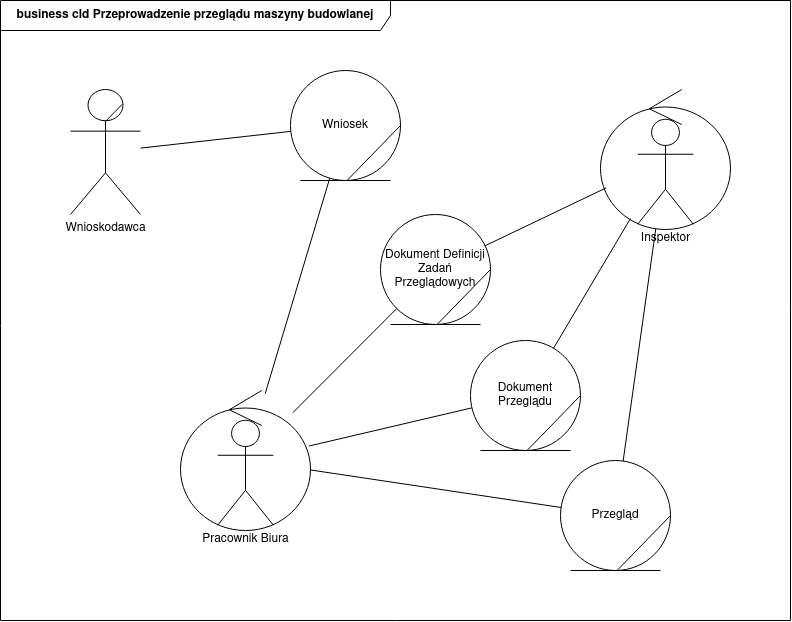
Paulos16/ConstructionMachineryManagement keeps this draw.io diagram as docs/images/business_cld.png. Above is the earlier version. Source tidied: cells renumbered, new cells last; positions are measured from the earlier drawing's top-left corner, leaving out a move shared by most shapes.
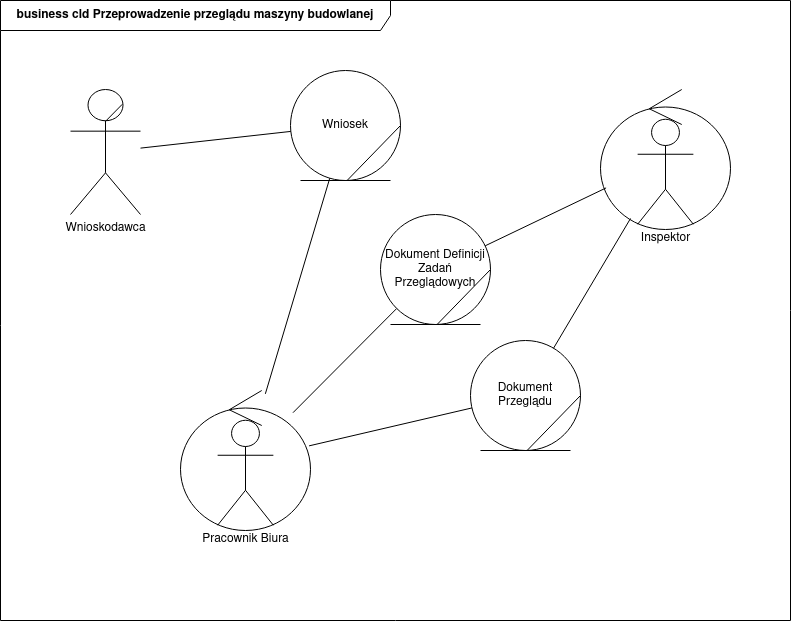
Above is the later version.

Commit message:
add sequence diagram

Change to the diagram source:
```diff
@@ -2,6 +2,9 @@
   <root>
     <mxCell id="0" />
     <mxCell id="1" parent="0" />
+    <mxCell id="39" value="&lt;b&gt;business cld Przeprowadzenie przeglądu maszyny budowlanej&lt;/b&gt;" style="shape=umlFrame;whiteSpace=wrap;html=1;width=390;height=30;" parent="1" vertex="1">
+      <mxGeometry width="790" height="620" as="geometry" />
+    </mxCell>
     <mxCell id="2" style="group;" parent="1" vertex="1">
       <mxGeometry x="180" y="390" width="130" height="140" as="geometry" />
     </mxCell>
@@ -53,27 +56,6 @@
         <mxPoint x="100" y="110" as="targetPoint" />
       </mxGeometry>
     </mxCell>
-    <mxCell id="16" style="group;" parent="1" vertex="1">
-      <mxGeometry x="560" y="460" width="110" height="110" as="geometry" />
-    </mxCell>
-    <mxCell id="17" style="group;" parent="16" vertex="1">
-      <mxGeometry width="110" height="110" as="geometry" />
-    </mxCell>
-    <mxCell id="18" value="Przegląd" style="ellipse;whiteSpace=wrap;html=1;" parent="17" vertex="1">
-      <mxGeometry width="110" height="110" as="geometry" />
-    </mxCell>
-    <mxCell id="19" style="endArrow=none;html=1;" parent="17" edge="1">
-      <mxGeometry relative="1" as="geometry">
-        <mxPoint x="56.6" y="110" as="sourcePoint" />
-        <mxPoint x="110" y="55" as="targetPoint" />
-      </mxGeometry>
-    </mxCell>
-    <mxCell id="20" style="endArrow=none;html=1;shadow=0;" parent="16" edge="1">
-      <mxGeometry relative="1" as="geometry">
-        <mxPoint x="10" y="110" as="sourcePoint" />
-        <mxPoint x="100" y="110" as="targetPoint" />
-      </mxGeometry>
-    </mxCell>
     <mxCell id="21" style="group;" parent="1" vertex="1">
       <mxGeometry x="380" y="214" width="110" height="110" as="geometry" />
     </mxCell>
@@ -134,14 +116,5 @@
     <mxCell id="36" style="endArrow=none;html=1;shadow=0;" parent="1" edge="1" source="28" target="6">
       <mxGeometry relative="1" as="geometry" />
     </mxCell>
-    <mxCell id="37" style="endArrow=none;html=1;shadow=0;" parent="1" edge="1" source="18" target="6">
-      <mxGeometry relative="1" as="geometry" />
-    </mxCell>
-    <mxCell id="38" style="endArrow=none;html=1;shadow=0;" parent="1" edge="1" source="3" target="18">
-      <mxGeometry relative="1" as="geometry" />
-    </mxCell>
-    <mxCell id="39" value="&lt;b&gt;business cld Przeprowadzenie przeglądu maszyny budowlanej&lt;/b&gt;" style="shape=umlFrame;whiteSpace=wrap;html=1;width=390;height=30;" parent="1" vertex="1">
-      <mxGeometry width="790" height="620" as="geometry" />
-    </mxCell>
   </root>
 </mxGraphModel>
```
